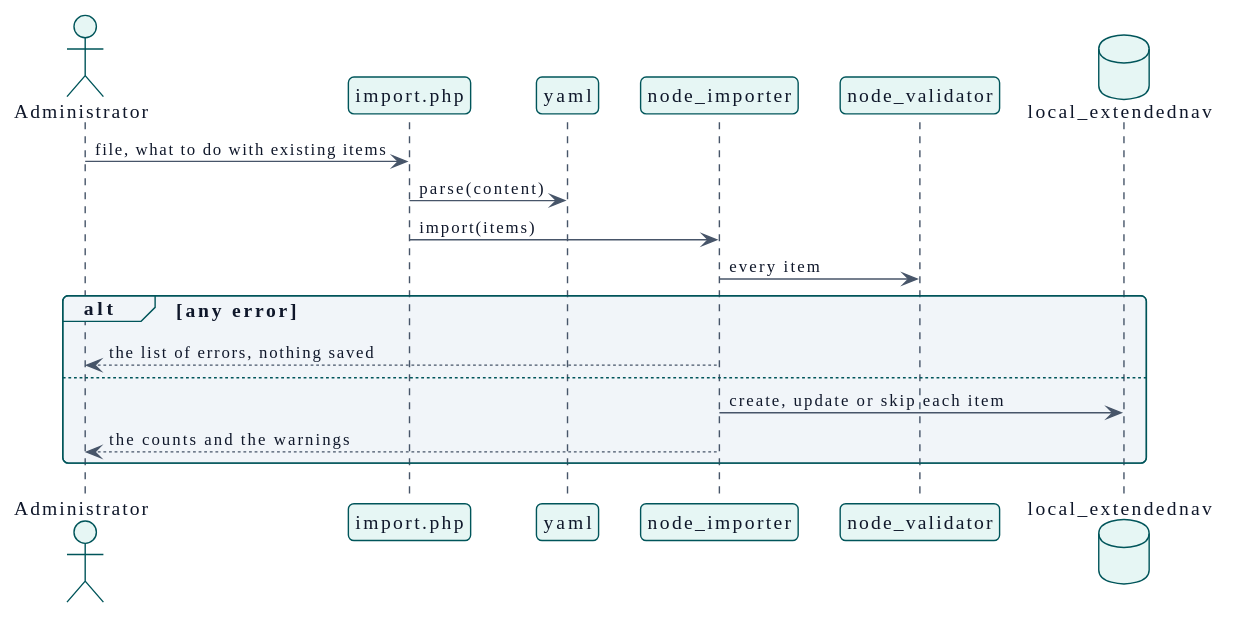
Before: docs/en/technical/design/use-cases/importNodes/sequence.svg, a diagram exported from PlantUML (didactika/moodle-local_extendednav).
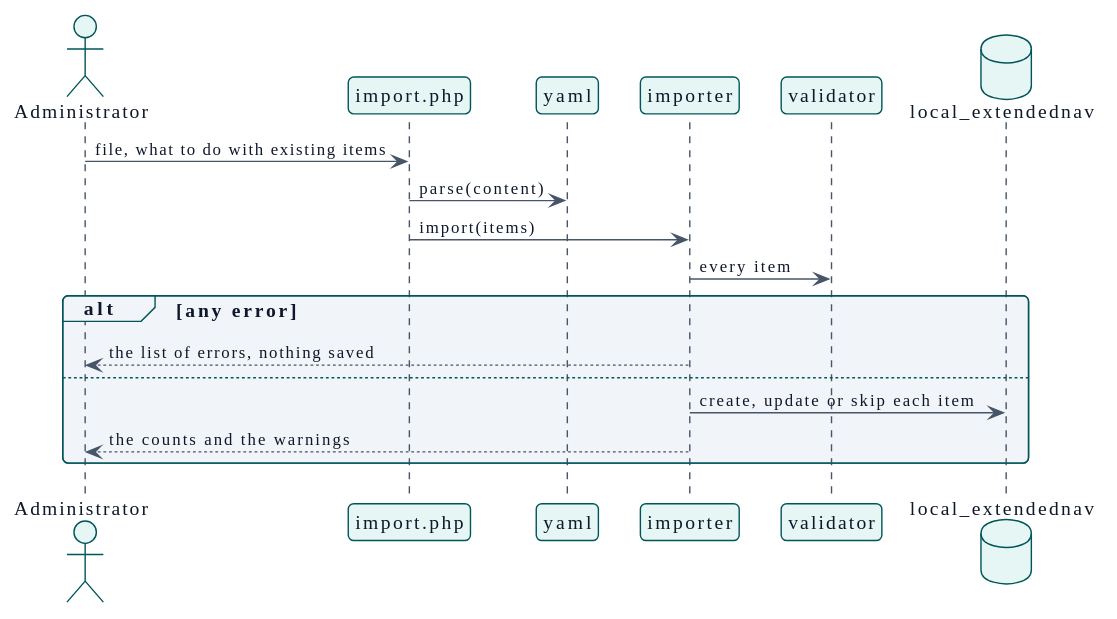
Above is the later version.

Diff of the diagram source:
```diff
@@ -109,8 +109,8 @@
 actor "Administrator" as actor
 participant "import.php" as page
 participant "yaml" as yaml
-participant "node_importer" as importer
-participant "node_validator" as validator
+participant "importer" as importer
+participant "validator" as validator
 database "local_extendednav" as table
 
 actor -> page : file, what to do with existing items
```
